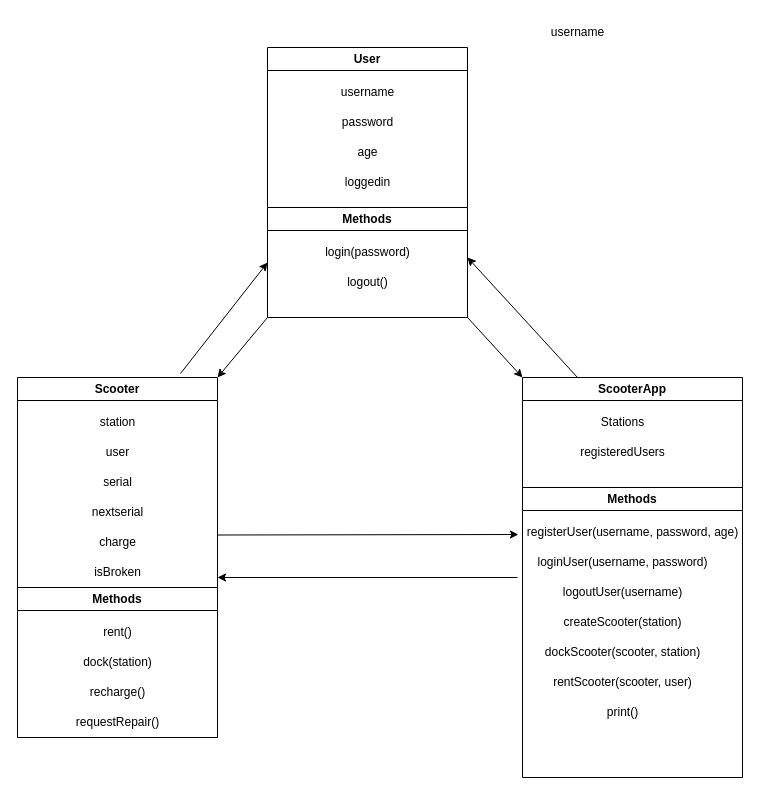
giulia0909/ScooterProject keeps this draw.io diagram as test.drawio. Above is the earlier version. Source tidied: cells renumbered, new cells numbered last; positions are measured from the earlier drawing's top-left corner, leaving out a move shared by most shapes. Both pictures are drawn from the tidied source at 100%, with x=0, y=0 at pixel (17, 17).
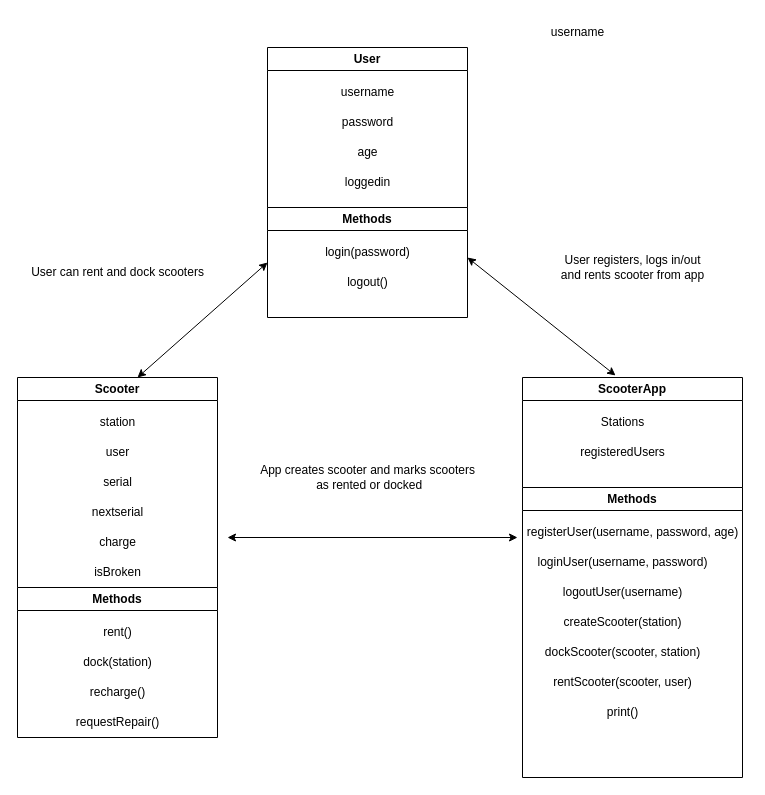
The same page after the edit.

Commit message (it also covers changes not shown here):
updated Class diagram and created use case

The change refers to these unchanged cells:
```xml
<mxCell id="3" value="Scooter" style="swimlane;whiteSpace=wrap;html=1;" parent="1" vertex="1">
  <mxGeometry y="360" width="200" height="210" as="geometry" />
</mxCell>
<mxCell id="15" value="ScooterApp" style="swimlane;whiteSpace=wrap;html=1;" parent="1" vertex="1">
  <mxGeometry x="505" y="360" width="220" height="110" as="geometry" />
</mxCell>
<mxCell id="26" value="Methods" style="swimlane;whiteSpace=wrap;html=1;" parent="1" vertex="1">
  <mxGeometry x="250" y="190" width="200" height="110" as="geometry" />
</mxCell>
<mxCell id="33" value="registerUser(username, password, age)" style="text;html=1;align=center;verticalAlign=middle;points=[];strokeColor=none;fillColor=none;" parent="29" vertex="1">
  <mxGeometry x="-5" y="30" width="230" height="30" as="geometry" />
</mxCell>
```

What changed in the source:
```diff
@@
-    <mxCell id="2" style="edgeStyle=none;html=1;exitX=1;exitY=0.75;exitDx=0;exitDy=0;entryX=0.004;entryY=0.567;entryDx=0;entryDy=0;entryPerimeter=0;" parent="1" edge="1" source="3" target="33">
-      <mxGeometry relative="1" as="geometry" />
-    </mxCell>
@@
-    <mxCell id="24" style="edgeStyle=none;html=1;exitX=0;exitY=1;exitDx=0;exitDy=0;entryX=1;entryY=0;entryDx=0;entryDy=0;" parent="1" edge="1" source="26" target="3">
-      <mxGeometry relative="1" as="geometry" />
-    </mxCell>
-    <mxCell id="25" style="edgeStyle=none;html=1;exitX=1;exitY=1;exitDx=0;exitDy=0;entryX=0;entryY=0;entryDx=0;entryDy=0;" parent="1" edge="1" source="26" target="15">
-      <mxGeometry relative="1" as="geometry" />
-    </mxCell>
@@
-    <mxCell id="37" style="edgeStyle=none;html=1;" parent="1" edge="1">
-      <mxGeometry relative="1" as="geometry">
-        <mxPoint x="500" y="560" as="sourcePoint" />
-        <mxPoint x="200" y="560" as="targetPoint" />
-      </mxGeometry>
-    </mxCell>
-    <mxCell id="38" style="edgeStyle=none;html=1;exitX=0.815;exitY=-0.019;exitDx=0;exitDy=0;entryX=0;entryY=0.5;entryDx=0;entryDy=0;exitPerimeter=0;" parent="1" edge="1" source="3" target="26">
-      <mxGeometry relative="1" as="geometry" />
-    </mxCell>
-    <mxCell id="39" style="edgeStyle=none;html=1;exitX=0.25;exitY=0;exitDx=0;exitDy=0;" parent="1" edge="1" source="15">
+    <mxCell id="39" style="endArrow=classic;startArrow=classic;html=1;" parent="1" edge="1">
       <mxGeometry relative="1" as="geometry">
-        <mxPoint x="450" y="240" as="targetPoint" />
+        <mxPoint x="210" y="520" as="sourcePoint" />
+        <mxPoint x="500" y="520" as="targetPoint" />
       </mxGeometry>
     </mxCell>
+    <mxCell id="40" style="endArrow=classic;startArrow=classic;html=1;entryX=0;entryY=0.5;entryDx=0;entryDy=0;" parent="1" edge="1" target="26">
+      <mxGeometry relative="1" as="geometry">
+        <mxPoint x="120" y="360" as="sourcePoint" />
+      </mxGeometry>
+    </mxCell>
+    <mxCell id="41" style="endArrow=classic;startArrow=classic;html=1;entryX=0.423;entryY=-0.018;entryDx=0;entryDy=0;entryPerimeter=0;" parent="1" edge="1" target="15">
+      <mxGeometry relative="1" as="geometry">
+        <mxPoint x="450" y="240" as="sourcePoint" />
+      </mxGeometry>
+    </mxCell>
+    <mxCell id="42" value="User can rent and dock scooters" style="text;html=1;align=center;verticalAlign=middle;strokeColor=none;fillColor=none;" parent="1" vertex="1">
+      <mxGeometry y="240" width="200" height="30" as="geometry" />
+    </mxCell>
+    <mxCell id="43" value="App creates scooter and marks scooters&lt;br&gt;&amp;nbsp;as rented or docked" style="text;html=1;align=center;verticalAlign=middle;strokeColor=none;fillColor=none;" parent="1" vertex="1">
+      <mxGeometry x="230" y="440" width="240" height="40" as="geometry" />
+    </mxCell>
+    <mxCell id="44" value="User registers, logs in/out &lt;br&gt;and rents scooter from app" style="text;html=1;align=center;verticalAlign=middle;strokeColor=none;fillColor=none;" parent="1" vertex="1">
+      <mxGeometry x="530" y="230" width="170" height="40" as="geometry" />
+    </mxCell>
```
